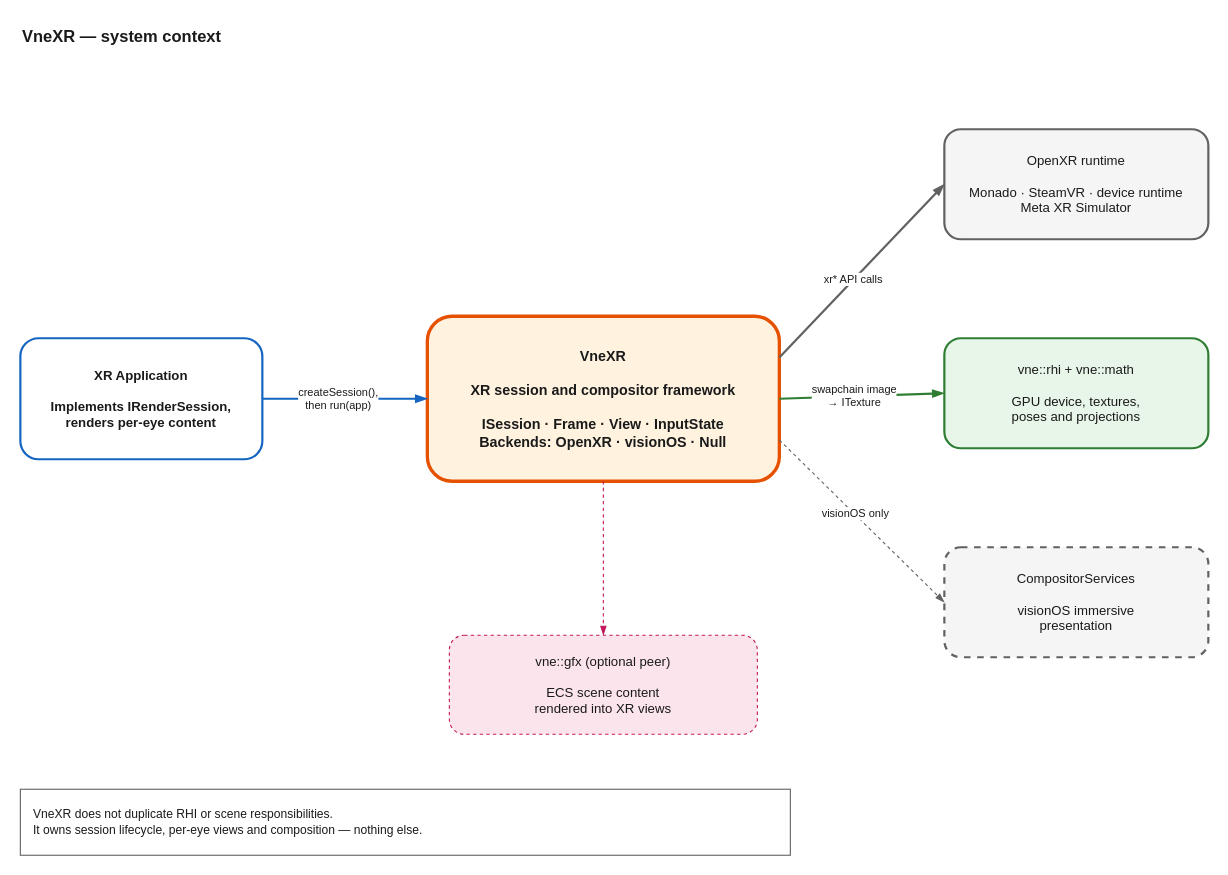
This is docs/vertexnova/xr/diagrams/context.drawio from vertexnova/vnexr, a draw.io file, before an edit. Source tidied: cells renumbered, new cells numbered last; positions are measured from the earlier drawing's top-left corner, leaving out a move shared by most shapes. Both pictures are drawn from the tidied source at 110%, with x=0, y=0 at pixel (20, 19).
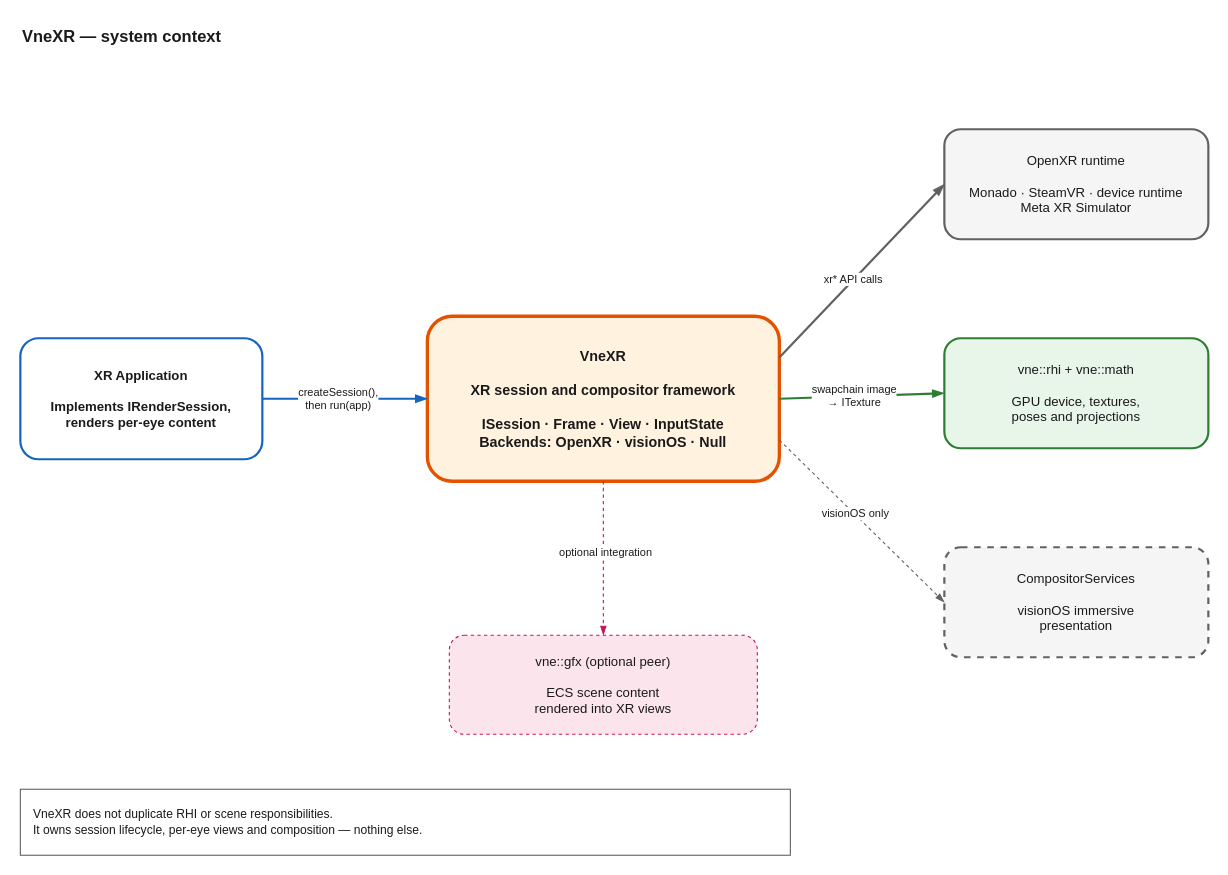
The same diagram, later.

Change to the diagram source:
```diff
@@
 <mxGraphModel>
   <root>
     <mxCell id="0" />
     <mxCell id="1" parent="0" />
     <mxCell id="2" value="VneXR — system context" style="text;html=1;align=left;verticalAlign=middle;fontSize=15;fontStyle=1;fontColor=#1a1a1a;" parent="1" vertex="1">
       <mxGeometry width="500" height="30" as="geometry" />
     </mxCell>
     <mxCell id="3" value="XR Application&#10;&#10;Implements IRenderSession,&#10;renders per-eye content" style="rounded=1;whiteSpace=wrap;html=1;fillColor=#ffffff;strokeColor=#1565c0;strokeWidth=2;fontStyle=1;fontSize=12;fontColor=#1a1a1a;" parent="1" vertex="1">
       <mxGeometry y="290" width="220" height="110" as="geometry" />
     </mxCell>
     <mxCell id="4" value="VneXR&#10;&#10;XR session and compositor framework&#10;&#10;ISession · Frame · View · InputState&#10;Backends: OpenXR · visionOS · Null" style="rounded=1;whiteSpace=wrap;html=1;fillColor=#fff3e0;strokeColor=#e65100;strokeWidth=3;fontStyle=1;fontSize=13;fontColor=#1a1a1a;" parent="1" vertex="1">
       <mxGeometry x="370" y="270" width="320" height="150" as="geometry" />
     </mxCell>
     <mxCell id="5" value="OpenXR runtime&#10;&#10;Monado · SteamVR · device runtime&#10;Meta XR Simulator" style="rounded=1;whiteSpace=wrap;html=1;fillColor=#f5f5f5;strokeColor=#616161;strokeWidth=2;fontSize=12;fontColor=#1a1a1a;" parent="1" vertex="1">
       <mxGeometry x="840" y="100" width="240" height="100" as="geometry" />
     </mxCell>
     <mxCell id="6" value="vne::rhi + vne::math&#10;&#10;GPU device, textures,&#10;poses and projections" style="rounded=1;whiteSpace=wrap;html=1;fillColor=#e8f5e9;strokeColor=#2e7d32;strokeWidth=2;fontSize=12;fontColor=#1a1a1a;" parent="1" vertex="1">
       <mxGeometry x="840" y="290" width="240" height="100" as="geometry" />
     </mxCell>
     <mxCell id="7" value="CompositorServices&#10;&#10;visionOS immersive&#10;presentation" style="rounded=1;whiteSpace=wrap;html=1;fillColor=#f5f5f5;strokeColor=#616161;strokeWidth=2;fontSize=12;fontColor=#1a1a1a;dashed=1;" parent="1" vertex="1">
       <mxGeometry x="840" y="480" width="240" height="100" as="geometry" />
     </mxCell>
     <mxCell id="8" value="vne::gfx (optional peer)&#10;&#10;ECS scene content&#10;rendered into XR views" style="rounded=1;whiteSpace=wrap;html=1;fillColor=#fce4ec;strokeColor=#c2185b;fontSize=12;fontColor=#1a1a1a;dashed=1;" parent="1" vertex="1">
       <mxGeometry x="390" y="560" width="280" height="90" as="geometry" />
     </mxCell>
     <mxCell id="9" style="endArrow=blockThin;endFill=1;html=1;strokeWidth=2;strokeColor=#1565c0;exitX=1;exitY=0.5;exitDx=0;exitDy=0;entryX=0;entryY=0.5;entryDx=0;entryDy=0;" parent="1" edge="1" source="3" target="4">
       <mxGeometry relative="1" as="geometry" />
     </mxCell>
     <mxCell id="10" value="createSession(),&#10;then run(app)" style="edgeLabel;html=1;align=center;verticalAlign=middle;fontSize=10;fontColor=#1a1a1a;backgroundColor=#ffffff;" parent="9" vertex="1">
       <mxGeometry x="-0.1" y="1" relative="1" as="geometry" />
     </mxCell>
     <mxCell id="11" style="endArrow=blockThin;endFill=1;html=1;strokeWidth=2;strokeColor=#616161;exitX=1;exitY=0.25;exitDx=0;exitDy=0;entryX=0;entryY=0.5;entryDx=0;entryDy=0;" parent="1" edge="1" source="4" target="5">
       <mxGeometry relative="1" as="geometry" />
     </mxCell>
     <mxCell id="12" value="xr* API calls" style="edgeLabel;html=1;align=center;verticalAlign=middle;fontSize=10;fontColor=#1a1a1a;backgroundColor=#ffffff;" parent="11" vertex="1">
       <mxGeometry x="-0.1" y="1" relative="1" as="geometry" />
     </mxCell>
     <mxCell id="13" style="endArrow=blockThin;endFill=1;html=1;strokeWidth=2;strokeColor=#2e7d32;exitX=1;exitY=0.5;exitDx=0;exitDy=0;entryX=0;entryY=0.5;entryDx=0;entryDy=0;" parent="1" edge="1" source="4" target="6">
       <mxGeometry relative="1" as="geometry" />
     </mxCell>
     <mxCell id="14" value="swapchain image&#10;→ ITexture" style="edgeLabel;html=1;align=center;verticalAlign=middle;fontSize=10;fontColor=#1a1a1a;backgroundColor=#ffffff;" parent="13" vertex="1">
       <mxGeometry x="-0.1" y="1" relative="1" as="geometry" />
     </mxCell>
     <mxCell id="15" style="endArrow=blockThin;endFill=1;html=1;strokeWidth=1;strokeColor=#616161;exitX=1;exitY=0.75;exitDx=0;exitDy=0;entryX=0;entryY=0.5;entryDx=0;entryDy=0;dashed=1;" parent="1" edge="1" source="4" target="7">
       <mxGeometry relative="1" as="geometry" />
     </mxCell>
     <mxCell id="16" value="visionOS only" style="edgeLabel;html=1;align=center;verticalAlign=middle;fontSize=10;fontColor=#1a1a1a;backgroundColor=#ffffff;" parent="15" vertex="1">
       <mxGeometry x="-0.1" y="1" relative="1" as="geometry" />
     </mxCell>
     <mxCell id="17" style="endArrow=blockThin;endFill=1;html=1;strokeWidth=1;strokeColor=#c2185b;exitX=0.5;exitY=1;exitDx=0;exitDy=0;entryX=0.5;entryY=0;entryDx=0;entryDy=0;dashed=1;" parent="1" edge="1" source="4" target="8">
       <mxGeometry relative="1" as="geometry" />
     </mxCell>
+    <mxCell id="19" value="optional integration" style="edgeLabel;html=1;align=center;verticalAlign=middle;fontSize=10;fontColor=#1a1a1a;backgroundColor=#ffffff;" parent="17" vertex="1">
+      <mxGeometry x="-0.1" y="1" relative="1" as="geometry" />
+    </mxCell>
     <mxCell id="18" value="VneXR does not duplicate RHI or scene responsibilities.&#10;It owns session lifecycle, per-eye views and composition — nothing else." style="rounded=0;whiteSpace=wrap;html=1;fillColor=#ffffff;strokeColor=#616161;fontSize=11;align=left;spacingLeft=10;fontColor=#1a1a1a;" parent="1" vertex="1">
       <mxGeometry y="700" width="700" height="60" as="geometry" />
     </mxCell>
   </root>
 </mxGraphModel>
```
